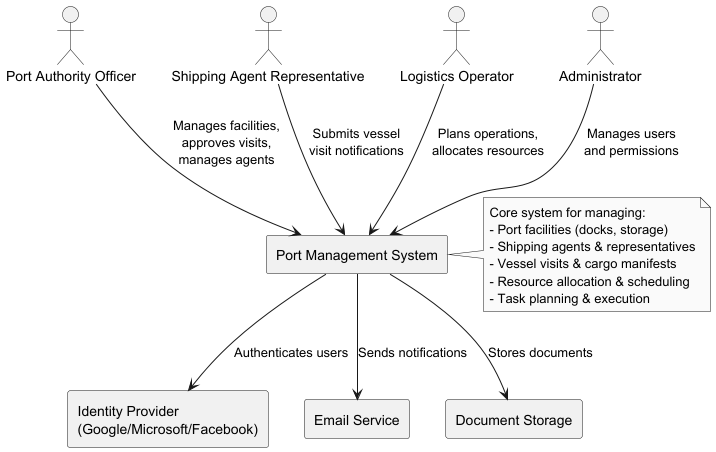
This is docs/PNG/logical01.png from adampawelka/PortManagement, a PlantUML export, as it was before one commit. Source of this version:
```plantuml
@startuml
!define RECTANGLE class

skinparam componentStyle rectangle
skinparam monochrome true

actor "Port Authority Officer" as PAO
actor "Shipping Agent Representative" as SAR
actor "Logistics Operator" as LO
actor "Administrator" as Admin

rectangle "Port Management System" as PMS {
}

rectangle "Identity Provider\n(Google/Microsoft/Facebook)" as IDP
rectangle "Email Service" as Email
rectangle "Document Storage" as Docs

PAO --> PMS : Manages facilities,\napproves visits,\nmanages agents
SAR --> PMS : Submits vessel\nvisit notifications
LO --> PMS : Plans operations,\nallocates resources
Admin --> PMS : Manages users\nand permissions

PMS --> IDP : Authenticates users
PMS --> Email : Sends notifications
PMS --> Docs : Stores documents

note right of PMS
  Core system for managing:
  - Port facilities (docks, storage)
  - Shipping agents & representatives
  - Vessel visits & cargo manifests
  - Resource allocation & scheduling
  - Task planning & execution
end note

@enduml
```
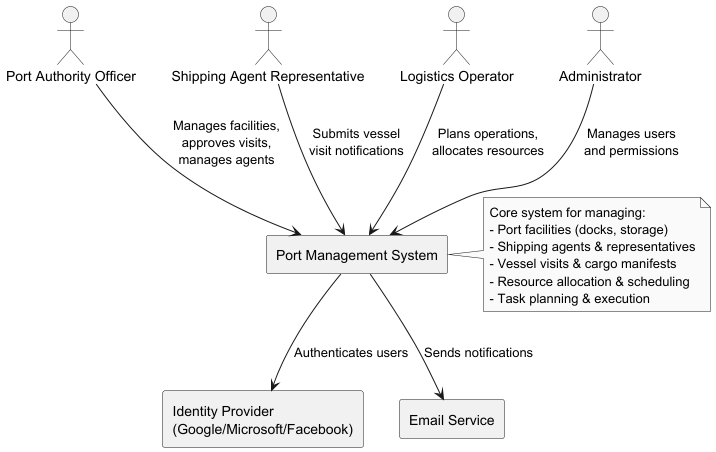
After the change.

The edit, as a diff of the source:
```diff
@@ -14,7 +14,7 @@
 
 rectangle "Identity Provider\n(Google/Microsoft/Facebook)" as IDP
 rectangle "Email Service" as Email
-rectangle "Document Storage" as Docs
+
 
 PAO --> PMS : Manages facilities,\napproves visits,\nmanages agents
 SAR --> PMS : Submits vessel\nvisit notifications
@@ -23,7 +23,6 @@
 
 PMS --> IDP : Authenticates users
 PMS --> Email : Sends notifications
-PMS --> Docs : Stores documents
 
 note right of PMS
   Core system for managing:
```
